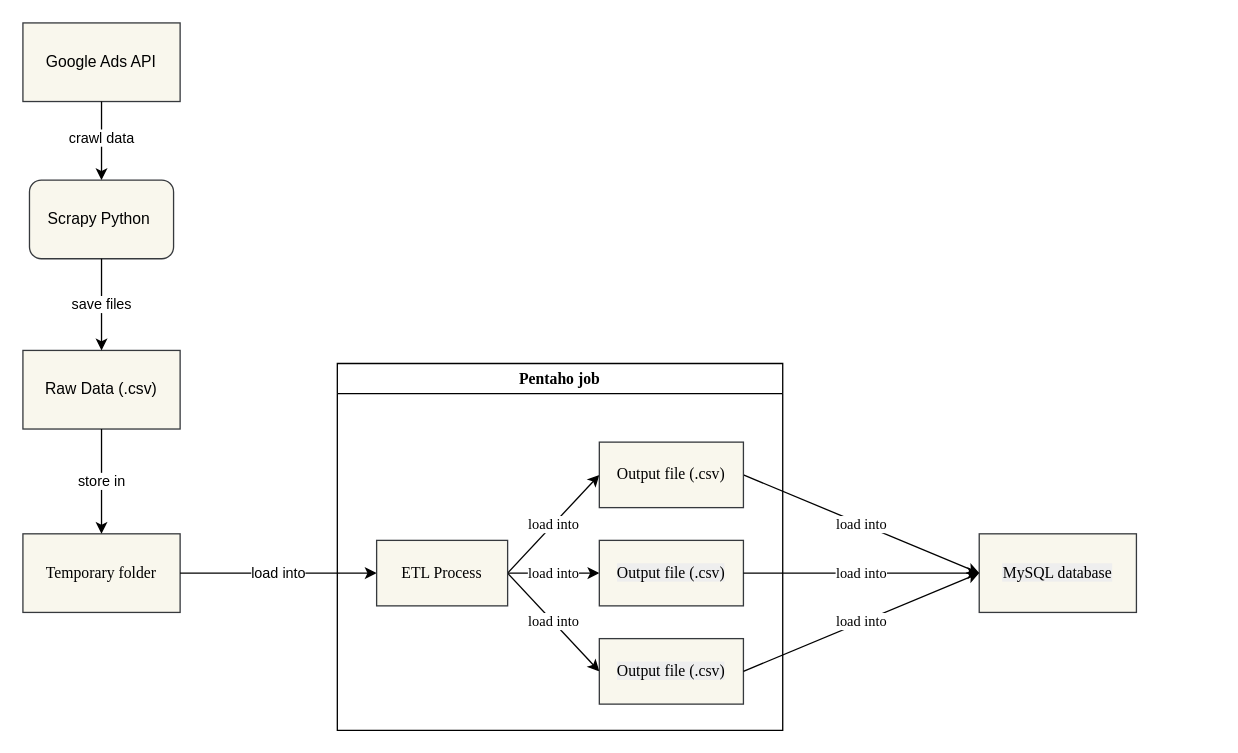
This is DataFlow.drawio from dtvn-training/2023-hn-NguyenMinhHuy-GoogleAdsAPICrawlData, a draw.io file, before an edit. Source tidied: cells renumbered, new cells numbered last; positions are measured from the earlier drawing's top-left corner, leaving out a move shared by most shapes. Both pictures are drawn from the tidied source at 131%, with x=0, y=0 at pixel (22, 22).
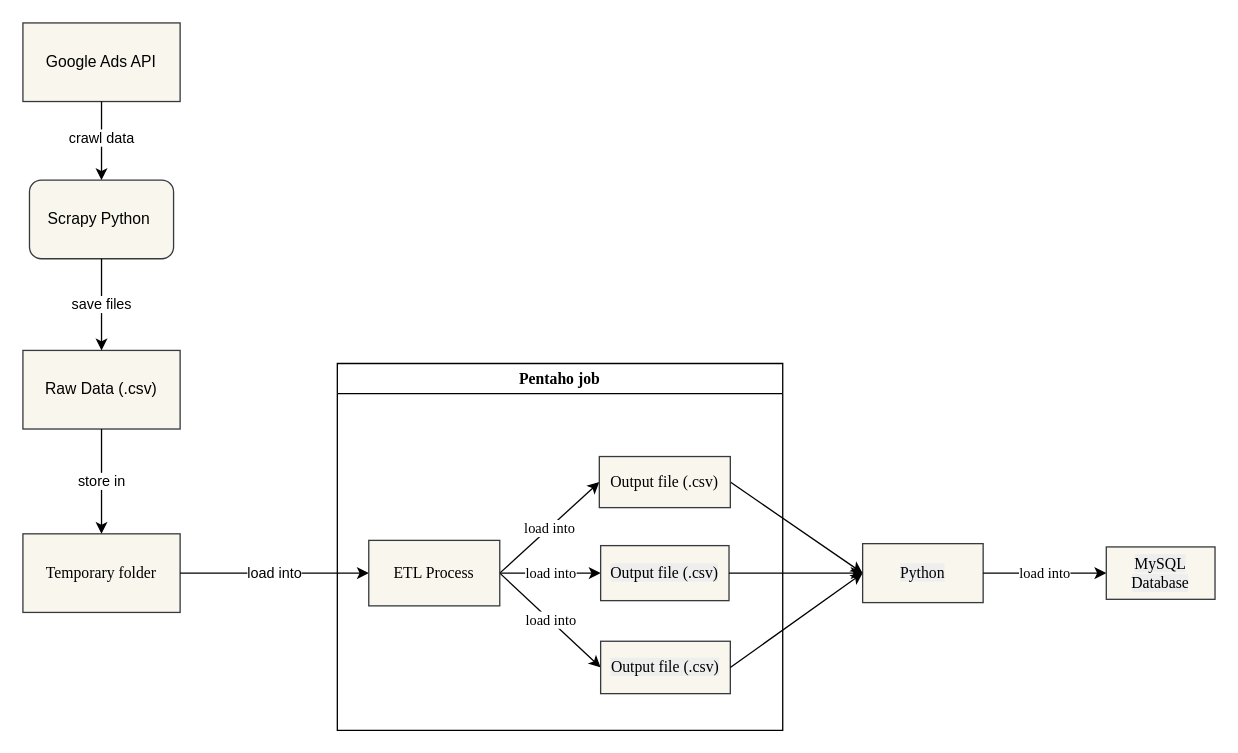
Above is the later version.

Unchanged cells that the change refers to:
```xml
<mxCell id="12" value="Pentaho job" style="swimlane;whiteSpace=wrap;html=1;fontFamily=Times New Roman;strokeColor=#000000;" parent="1" vertex="1">
  <mxGeometry x="240" y="260" width="340" height="280" as="geometry" />
</mxCell>
```

The edit, as a diff of the source:
```diff
@@
-    <mxCell id="10" value="&lt;font style=&quot;background-color: rgb(238, 238, 238);&quot; color=&quot;#000000&quot;&gt;MySQL database&lt;/font&gt;" style="rounded=0;whiteSpace=wrap;html=1;fontFamily=Times New Roman;fillColor=#F9F7ED;strokeColor=#36393d;" parent="1" vertex="1">
-      <mxGeometry x="730" y="390" width="120" height="60" as="geometry" />
+    <mxCell id="10" value="&lt;font style=&quot;background-color: rgb(238, 238, 238);&quot; color=&quot;#000000&quot;&gt;Python&lt;/font&gt;" style="rounded=0;whiteSpace=wrap;html=1;fontFamily=Times New Roman;fillColor=#F9F7ED;strokeColor=#36393d;" parent="1" vertex="1">
+      <mxGeometry x="641" y="397.5" width="92" height="45" as="geometry" />
     </mxCell>
-    <mxCell id="11" value="&lt;font style=&quot;background-color: rgb(255, 255, 255);&quot; color=&quot;#000000&quot;&gt;load into&lt;/font&gt;" style="endArrow=classic;html=1;fontFamily=Times New Roman;entryX=0;entryY=0.5;entryDx=0;entryDy=0;exitX=1;exitY=0.5;exitDx=0;exitDy=0;strokeColor=#000000;" parent="1" edge="1" source="17" target="10">
+    <mxCell id="11" style="endArrow=classic;html=1;fontFamily=Times New Roman;entryX=0;entryY=0.5;entryDx=0;entryDy=0;exitX=1;exitY=0.5;exitDx=0;exitDy=0;strokeColor=#000000;" parent="1" edge="1" source="17" target="10">
       <mxGeometry relative="1" as="geometry" />
     </mxCell>
@@
     <mxCell id="16" value="&lt;font color=&quot;#000000&quot;&gt;ETL Process&lt;/font&gt;" style="rounded=0;whiteSpace=wrap;html=1;fontFamily=Times New Roman;fillColor=#F9F7ED;strokeColor=#36393d;" parent="12" vertex="1">
-      <mxGeometry x="30" y="135" width="100" height="50" as="geometry" />
+      <mxGeometry x="24" y="135" width="100" height="50" as="geometry" />
     </mxCell>
     <mxCell id="17" value="&lt;font color=&quot;#000000&quot;&gt;Output file (.csv)&lt;/font&gt;" style="whiteSpace=wrap;html=1;fontFamily=Times New Roman;rounded=0;fillColor=#F9F7ED;strokeColor=#36393d;" parent="12" vertex="1">
-      <mxGeometry x="200" y="60" width="110" height="50" as="geometry" />
+      <mxGeometry x="200" y="71" width="100" height="39" as="geometry" />
     </mxCell>
     <mxCell id="18" value="&lt;span style=&quot;font-family: &amp;quot;Times New Roman&amp;quot;; font-size: 12px; font-style: normal; font-variant-ligatures: normal; font-variant-caps: normal; font-weight: 400; letter-spacing: normal; orphans: 2; text-align: center; text-indent: 0px; text-transform: none; widows: 2; word-spacing: 0px; -webkit-text-stroke-width: 0px; text-decoration-thickness: initial; text-decoration-style: initial; text-decoration-color: initial; float: none; display: inline !important; background-color: rgb(238, 238, 238);&quot;&gt;&lt;font style=&quot;&quot; color=&quot;#000000&quot;&gt;Output file (.csv)&lt;/font&gt;&lt;/span&gt;" style="whiteSpace=wrap;html=1;fontFamily=Times New Roman;rounded=0;fillColor=#F9F7ED;strokeColor=#36393d;" parent="12" vertex="1">
-      <mxGeometry x="200" y="135" width="110" height="50" as="geometry" />
+      <mxGeometry x="201" y="139" width="98" height="42" as="geometry" />
     </mxCell>
     <mxCell id="19" value="&lt;span style=&quot;font-family: &amp;quot;Times New Roman&amp;quot;; font-size: 12px; font-style: normal; font-variant-ligatures: normal; font-variant-caps: normal; font-weight: 400; letter-spacing: normal; orphans: 2; text-align: center; text-indent: 0px; text-transform: none; widows: 2; word-spacing: 0px; -webkit-text-stroke-width: 0px; text-decoration-thickness: initial; text-decoration-style: initial; text-decoration-color: initial; float: none; display: inline !important; background-color: rgb(238, 238, 238);&quot;&gt;&lt;font style=&quot;&quot; color=&quot;#000000&quot;&gt;Output file (.csv)&lt;/font&gt;&lt;/span&gt;" style="whiteSpace=wrap;html=1;fontFamily=Times New Roman;rounded=0;fillColor=#F9F7ED;strokeColor=#36393d;" parent="12" vertex="1">
-      <mxGeometry x="200" y="210" width="110" height="50" as="geometry" />
+      <mxGeometry x="201" y="212" width="99" height="40" as="geometry" />
     </mxCell>
-    <mxCell id="20" value="&lt;font style=&quot;background-color: rgb(255, 255, 255);&quot; color=&quot;#000000&quot;&gt;load into&lt;/font&gt;" style="endArrow=classic;html=1;fontFamily=Times New Roman;exitX=1;exitY=0.5;exitDx=0;exitDy=0;entryX=0;entryY=0.5;entryDx=0;entryDy=0;strokeColor=#000000;" parent="1" edge="1" source="18" target="10">
+    <mxCell id="20" style="endArrow=classic;html=1;fontFamily=Times New Roman;exitX=1;exitY=0.5;exitDx=0;exitDy=0;entryX=0;entryY=0.5;entryDx=0;entryDy=0;strokeColor=#000000;" parent="1" edge="1" source="18" target="10">
       <mxGeometry relative="1" as="geometry" />
     </mxCell>
-    <mxCell id="21" value="&lt;font style=&quot;background-color: rgb(255, 255, 255);&quot; color=&quot;#000000&quot;&gt;load into&lt;/font&gt;" style="endArrow=classic;html=1;fontFamily=Times New Roman;exitX=1;exitY=0.5;exitDx=0;exitDy=0;entryX=0;entryY=0.5;entryDx=0;entryDy=0;strokeColor=#000000;" parent="1" edge="1" source="19" target="10">
+    <mxCell id="21" style="endArrow=classic;html=1;fontFamily=Times New Roman;exitX=1;exitY=0.5;exitDx=0;exitDy=0;entryX=0;entryY=0.5;entryDx=0;entryDy=0;strokeColor=#000000;" parent="1" edge="1" source="19" target="10">
       <mxGeometry relative="1" as="geometry" />
     </mxCell>
+    <mxCell id="22" value="&lt;font style=&quot;background-color: rgb(238, 238, 238);&quot; color=&quot;#000000&quot;&gt;MySQL Database&lt;/font&gt;" style="rounded=0;whiteSpace=wrap;html=1;fontFamily=Times New Roman;fillColor=#F9F7ED;strokeColor=#36393d;" parent="1" vertex="1">
+      <mxGeometry x="827" y="400" width="83" height="40" as="geometry" />
+    </mxCell>
+    <mxCell id="23" value="&lt;font style=&quot;background-color: rgb(255, 255, 255);&quot; color=&quot;#000000&quot;&gt;load into&lt;/font&gt;" style="endArrow=classic;html=1;fontFamily=Times New Roman;entryX=0;entryY=0.5;entryDx=0;entryDy=0;exitX=1;exitY=0.5;exitDx=0;exitDy=0;strokeColor=#000000;" parent="1" edge="1" source="10" target="22">
+      <mxGeometry relative="1" as="geometry" />
+    </mxCell>
```
